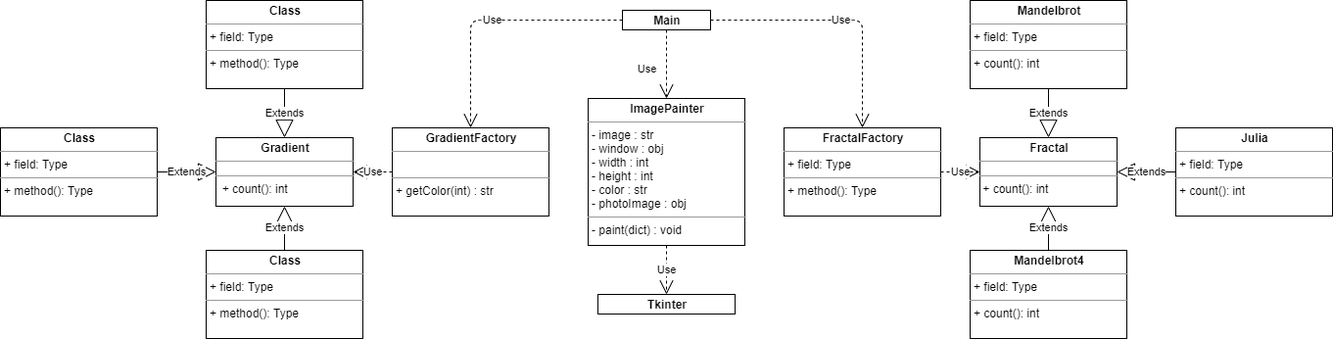
Above: doc/UML_Class_Diagram.png in alexanderthurston/fractal_generator (draw.io), before the change. Source tidied: cells renumbered, new cells last; positions are measured from the earlier drawing's top-left corner, leaving out a move shared by most shapes.
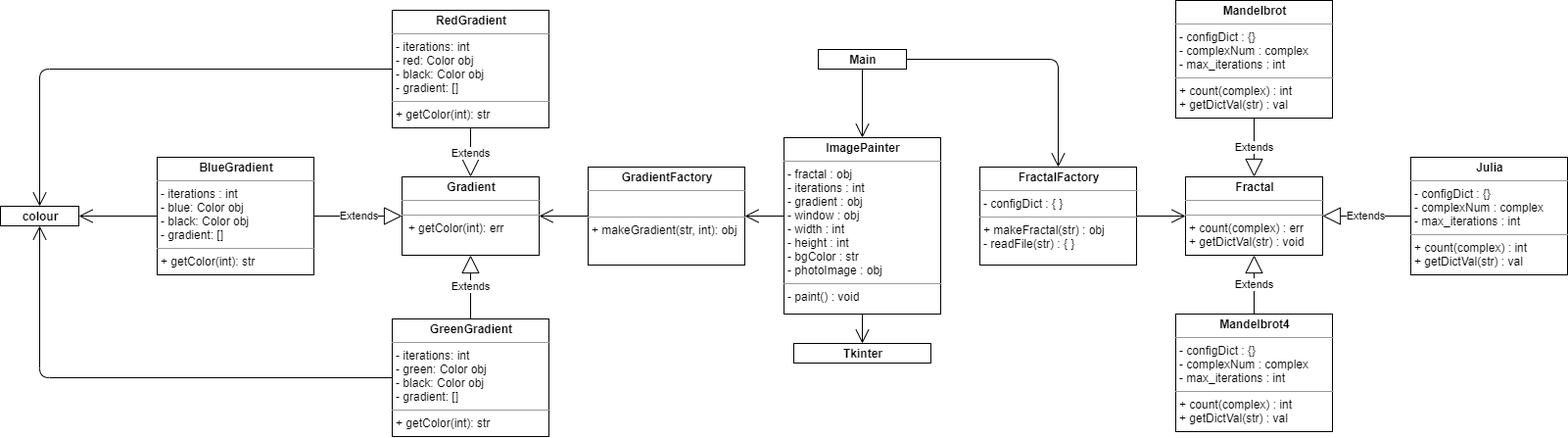
After the change.

The edit, as a diff of the source:
```diff
@@ -5,62 +5,42 @@
     <mxCell id="2" value="&lt;p style=&quot;margin: 0px ; margin-top: 4px ; text-align: center&quot;&gt;&lt;b&gt;Main&lt;/b&gt;&lt;/p&gt;" style="verticalAlign=top;align=left;overflow=fill;fontSize=12;fontFamily=Helvetica;html=1;" parent="1" vertex="1">
       <mxGeometry x="635" y="10" width="90" height="20" as="geometry" />
     </mxCell>
-    <mxCell id="3" value="&lt;p style=&quot;margin: 0px ; margin-top: 4px ; text-align: center&quot;&gt;&lt;b&gt;GradientFactory&lt;/b&gt;&lt;/p&gt;&lt;hr size=&quot;1&quot;&gt;&lt;p style=&quot;margin: 0px ; margin-left: 4px&quot;&gt;&lt;br&gt;&lt;/p&gt;&lt;hr size=&quot;1&quot;&gt;&lt;p style=&quot;margin: 0px ; margin-left: 4px&quot;&gt;+ getColor(int) : str&lt;/p&gt;" style="verticalAlign=top;align=left;overflow=fill;fontSize=12;fontFamily=Helvetica;html=1;" parent="1" vertex="1">
-      <mxGeometry x="400" y="130" width="160" height="90" as="geometry" />
+    <mxCell id="3" value="&lt;p style=&quot;margin: 0px ; margin-top: 4px ; text-align: center&quot;&gt;&lt;b&gt;GradientFactory&lt;/b&gt;&lt;/p&gt;&lt;hr size=&quot;1&quot;&gt;&lt;p style=&quot;margin: 0px ; margin-left: 4px&quot;&gt;&lt;br&gt;&lt;/p&gt;&lt;hr size=&quot;1&quot;&gt;&lt;p style=&quot;margin: 0px ; margin-left: 4px&quot;&gt;+ makeGradient(str, int): obj&lt;/p&gt;" style="verticalAlign=top;align=left;overflow=fill;fontSize=12;fontFamily=Helvetica;html=1;" parent="1" vertex="1">
+      <mxGeometry x="400" y="130" width="160" height="100" as="geometry" />
     </mxCell>
-    <mxCell id="4" value="&lt;p style=&quot;margin: 0px ; margin-top: 4px ; text-align: center&quot;&gt;&lt;b&gt;ImagePainter&lt;/b&gt;&lt;/p&gt;&lt;hr size=&quot;1&quot;&gt;&lt;p style=&quot;margin: 0px ; margin-left: 4px&quot;&gt;- image : str&lt;/p&gt;&lt;p style=&quot;margin: 0px ; margin-left: 4px&quot;&gt;- window : obj&lt;/p&gt;&lt;p style=&quot;margin: 0px ; margin-left: 4px&quot;&gt;- width : int&lt;/p&gt;&lt;p style=&quot;margin: 0px ; margin-left: 4px&quot;&gt;- height : int&lt;/p&gt;&lt;p style=&quot;margin: 0px ; margin-left: 4px&quot;&gt;- color : str&lt;/p&gt;&lt;p style=&quot;margin: 0px ; margin-left: 4px&quot;&gt;- photoImage : obj&lt;/p&gt;&lt;hr size=&quot;1&quot;&gt;&lt;p style=&quot;margin: 0px ; margin-left: 4px&quot;&gt;- paint(dict) : void&lt;/p&gt;" style="verticalAlign=top;align=left;overflow=fill;fontSize=12;fontFamily=Helvetica;html=1;" parent="1" vertex="1">
-      <mxGeometry x="600" y="100" width="160" height="150" as="geometry" />
+    <mxCell id="4" value="&lt;p style=&quot;margin: 0px ; margin-top: 4px ; text-align: center&quot;&gt;&lt;b&gt;ImagePainter&lt;/b&gt;&lt;/p&gt;&lt;hr size=&quot;1&quot;&gt;&lt;p style=&quot;margin: 0px ; margin-left: 4px&quot;&gt;- fractal : obj&lt;/p&gt;&lt;p style=&quot;margin: 0px ; margin-left: 4px&quot;&gt;- iterations : int&lt;/p&gt;&lt;p style=&quot;margin: 0px ; margin-left: 4px&quot;&gt;- gradient : obj&lt;/p&gt;&lt;p style=&quot;margin: 0px ; margin-left: 4px&quot;&gt;- window : obj&lt;/p&gt;&lt;p style=&quot;margin: 0px ; margin-left: 4px&quot;&gt;- width : int&lt;/p&gt;&lt;p style=&quot;margin: 0px ; margin-left: 4px&quot;&gt;- height : int&lt;/p&gt;&lt;p style=&quot;margin: 0px ; margin-left: 4px&quot;&gt;- bgColor : str&lt;/p&gt;&lt;p style=&quot;margin: 0px ; margin-left: 4px&quot;&gt;- photoImage : obj&lt;/p&gt;&lt;hr size=&quot;1&quot;&gt;&lt;p style=&quot;margin: 0px ; margin-left: 4px&quot;&gt;- paint() : void&lt;/p&gt;" style="verticalAlign=top;align=left;overflow=fill;fontSize=12;fontFamily=Helvetica;html=1;" parent="1" vertex="1">
+      <mxGeometry x="600" y="100" width="160" height="180" as="geometry" />
     </mxCell>
-    <mxCell id="5" value="Use" style="endArrow=open;endSize=12;dashed=1;html=1;exitX=0.5;exitY=1;exitDx=0;exitDy=0;entryX=0.5;entryY=0;entryDx=0;entryDy=0;" parent="1" edge="1" source="2" target="4">
-      <mxGeometry x="0.14" y="-20" relative="1" as="geometry" />
-    </mxCell>
     <mxCell id="6" value="&lt;p style=&quot;margin: 0px ; margin-top: 4px ; text-align: center&quot;&gt;&lt;b&gt;Tkinter&lt;/b&gt;&lt;/p&gt;" style="verticalAlign=top;align=left;overflow=fill;fontSize=12;fontFamily=Helvetica;html=1;" parent="1" vertex="1">
-      <mxGeometry x="610" y="300" width="140" height="20" as="geometry" />
+      <mxGeometry x="610" y="310" width="140" height="20" as="geometry" />
     </mxCell>
-    <mxCell id="7" value="&lt;p style=&quot;margin: 0px ; margin-top: 4px ; text-align: center&quot;&gt;&lt;b&gt;FractalFactory&lt;/b&gt;&lt;/p&gt;&lt;hr size=&quot;1&quot;&gt;&lt;p style=&quot;margin: 0px ; margin-left: 4px&quot;&gt;+ field: Type&lt;/p&gt;&lt;hr size=&quot;1&quot;&gt;&lt;p style=&quot;margin: 0px ; margin-left: 4px&quot;&gt;+ method(): Type&lt;/p&gt;" style="verticalAlign=top;align=left;overflow=fill;fontSize=12;fontFamily=Helvetica;html=1;" parent="1" vertex="1">
-      <mxGeometry x="800" y="130" width="160" height="90" as="geometry" />
+    <mxCell id="7" value="&lt;p style=&quot;margin: 0px ; margin-top: 4px ; text-align: center&quot;&gt;&lt;b&gt;FractalFactory&lt;/b&gt;&lt;/p&gt;&lt;hr size=&quot;1&quot;&gt;&lt;p style=&quot;margin: 0px ; margin-left: 4px&quot;&gt;- configDict : { }&lt;/p&gt;&lt;hr size=&quot;1&quot;&gt;&lt;p style=&quot;margin: 0px ; margin-left: 4px&quot;&gt;+ makeFractal(str) : obj&lt;/p&gt;&lt;p style=&quot;margin: 0px ; margin-left: 4px&quot;&gt;- readFile(str) : { }&lt;/p&gt;&lt;p style=&quot;margin: 0px ; margin-left: 4px&quot;&gt;&lt;br&gt;&lt;/p&gt;" style="verticalAlign=top;align=left;overflow=fill;fontSize=12;fontFamily=Helvetica;html=1;" parent="1" vertex="1">
+      <mxGeometry x="800" y="130" width="160" height="100" as="geometry" />
     </mxCell>
-    <mxCell id="8" value="&lt;p style=&quot;margin: 0px ; margin-top: 4px ; text-align: center&quot;&gt;&lt;b&gt;Mandelbrot&lt;/b&gt;&lt;/p&gt;&lt;hr size=&quot;1&quot;&gt;&lt;p style=&quot;margin: 0px ; margin-left: 4px&quot;&gt;+ field: Type&lt;/p&gt;&lt;hr size=&quot;1&quot;&gt;&lt;p style=&quot;margin: 0px ; margin-left: 4px&quot;&gt;+ count(): int&lt;/p&gt;" style="verticalAlign=top;align=left;overflow=fill;fontSize=12;fontFamily=Helvetica;html=1;" parent="1" vertex="1">
-      <mxGeometry x="990" width="160" height="90" as="geometry" />
+    <mxCell id="8" value="&lt;p style=&quot;margin: 0px ; margin-top: 4px ; text-align: center&quot;&gt;&lt;b&gt;Mandelbrot&lt;/b&gt;&lt;/p&gt;&lt;hr size=&quot;1&quot;&gt;&lt;p style=&quot;margin: 0px ; margin-left: 4px&quot;&gt;- configDict : {}&lt;/p&gt;&lt;p style=&quot;margin: 0px ; margin-left: 4px&quot;&gt;- complexNum : complex&lt;/p&gt;&lt;p style=&quot;margin: 0px ; margin-left: 4px&quot;&gt;- max_iterations : int&lt;/p&gt;&lt;hr size=&quot;1&quot;&gt;&lt;p style=&quot;margin: 0px ; margin-left: 4px&quot;&gt;+ count(complex) : int&lt;/p&gt;&lt;p style=&quot;margin: 0px ; margin-left: 4px&quot;&gt;+ getDictVal(str) : val&lt;/p&gt;" style="verticalAlign=top;align=left;overflow=fill;fontSize=12;fontFamily=Helvetica;html=1;" parent="1" vertex="1">
+      <mxGeometry x="1000" y="-40" width="160" height="120" as="geometry" />
     </mxCell>
-    <mxCell id="9" value="&lt;p style=&quot;margin: 0px ; margin-top: 4px ; text-align: center&quot;&gt;&lt;b&gt;Julia&lt;/b&gt;&lt;/p&gt;&lt;hr size=&quot;1&quot;&gt;&lt;p style=&quot;margin: 0px ; margin-left: 4px&quot;&gt;+ field: Type&lt;/p&gt;&lt;hr size=&quot;1&quot;&gt;&lt;p style=&quot;margin: 0px ; margin-left: 4px&quot;&gt;+ count(): int&lt;/p&gt;" style="verticalAlign=top;align=left;overflow=fill;fontSize=12;fontFamily=Helvetica;html=1;" parent="1" vertex="1">
-      <mxGeometry x="1200" y="130" width="160" height="90" as="geometry" />
+    <mxCell id="9" value="&lt;p style=&quot;margin: 0px ; margin-top: 4px ; text-align: center&quot;&gt;&lt;b&gt;Julia&lt;/b&gt;&lt;/p&gt;&lt;hr size=&quot;1&quot;&gt;&lt;p style=&quot;margin: 0px 0px 0px 4px&quot;&gt;- configDict : {}&lt;/p&gt;&lt;p style=&quot;margin: 0px 0px 0px 4px&quot;&gt;- complexNum : complex&lt;/p&gt;&lt;p style=&quot;margin: 0px 0px 0px 4px&quot;&gt;- max_iterations : int&lt;/p&gt;&lt;hr size=&quot;1&quot;&gt;&lt;p style=&quot;margin: 0px 0px 0px 4px&quot;&gt;+ count(complex) : int&lt;/p&gt;&lt;p style=&quot;margin: 0px 0px 0px 4px&quot;&gt;+ getDictVal(str) : val&lt;/p&gt;" style="verticalAlign=top;align=left;overflow=fill;fontSize=12;fontFamily=Helvetica;html=1;" parent="1" vertex="1">
+      <mxGeometry x="1240" y="120" width="160" height="120" as="geometry" />
     </mxCell>
-    <mxCell id="10" value="&lt;p style=&quot;margin: 0px ; margin-top: 4px ; text-align: center&quot;&gt;&lt;b&gt;Mandelbrot4&lt;/b&gt;&lt;/p&gt;&lt;hr size=&quot;1&quot;&gt;&lt;p style=&quot;margin: 0px ; margin-left: 4px&quot;&gt;+ field: Type&lt;/p&gt;&lt;hr size=&quot;1&quot;&gt;&lt;p style=&quot;margin: 0px ; margin-left: 4px&quot;&gt;+ count(): int&lt;/p&gt;" style="verticalAlign=top;align=left;overflow=fill;fontSize=12;fontFamily=Helvetica;html=1;" parent="1" vertex="1">
-      <mxGeometry x="990" y="255" width="160" height="90" as="geometry" />
+    <mxCell id="10" value="&lt;p style=&quot;margin: 0px ; margin-top: 4px ; text-align: center&quot;&gt;&lt;b&gt;Mandelbrot4&lt;/b&gt;&lt;/p&gt;&lt;hr size=&quot;1&quot;&gt;&lt;p style=&quot;margin: 0px 0px 0px 4px&quot;&gt;- configDict : {}&lt;/p&gt;&lt;p style=&quot;margin: 0px 0px 0px 4px&quot;&gt;- complexNum : complex&lt;/p&gt;&lt;p style=&quot;margin: 0px 0px 0px 4px&quot;&gt;- max_iterations : int&lt;/p&gt;&lt;hr size=&quot;1&quot;&gt;&lt;p style=&quot;margin: 0px ; margin-left: 4px&quot;&gt;+ &lt;span&gt;count(complex) : int&lt;/span&gt;&lt;/p&gt;&lt;p style=&quot;margin: 0px 0px 0px 4px&quot;&gt;+ getDictVal(str) : val&lt;/p&gt;" style="verticalAlign=top;align=left;overflow=fill;fontSize=12;fontFamily=Helvetica;html=1;" parent="1" vertex="1">
+      <mxGeometry x="1000" y="280" width="160" height="120" as="geometry" />
     </mxCell>
-    <mxCell id="11" value="&lt;p style=&quot;margin: 0px ; margin-top: 4px ; text-align: center&quot;&gt;&lt;b&gt;Fractal&lt;/b&gt;&lt;/p&gt;&lt;hr size=&quot;1&quot;&gt;&lt;div style=&quot;height: 2px&quot;&gt;&lt;/div&gt;&lt;hr size=&quot;1&quot;&gt;&lt;div style=&quot;height: 2px&quot;&gt;&amp;nbsp;+ count(): int&lt;/div&gt;" style="verticalAlign=top;align=left;overflow=fill;fontSize=12;fontFamily=Helvetica;html=1;" parent="1" vertex="1">
-      <mxGeometry x="1000" y="140" width="140" height="70" as="geometry" />
+    <mxCell id="11" value="&lt;p style=&quot;margin: 0px ; margin-top: 4px ; text-align: center&quot;&gt;&lt;b&gt;Fractal&lt;/b&gt;&lt;/p&gt;&lt;hr size=&quot;1&quot;&gt;&lt;div style=&quot;height: 2px&quot;&gt;&lt;/div&gt;&lt;hr size=&quot;1&quot;&gt;&lt;div style=&quot;height: 2px&quot;&gt;&lt;p style=&quot;margin: 0px 0px 0px 4px&quot;&gt;+ count(complex) : err&lt;/p&gt;&lt;p style=&quot;margin: 0px 0px 0px 4px&quot;&gt;+ getDictVal(str) : void&lt;/p&gt;&lt;/div&gt;" style="verticalAlign=top;align=left;overflow=fill;fontSize=12;fontFamily=Helvetica;html=1;" parent="1" vertex="1">
+      <mxGeometry x="1010" y="140" width="140" height="80" as="geometry" />
     </mxCell>
-    <mxCell id="12" value="&lt;p style=&quot;margin: 0px ; margin-top: 4px ; text-align: center&quot;&gt;&lt;b&gt;Gradient&lt;/b&gt;&lt;/p&gt;&lt;hr size=&quot;1&quot;&gt;&lt;div style=&quot;height: 2px&quot;&gt;&lt;/div&gt;&lt;hr size=&quot;1&quot;&gt;&lt;div style=&quot;height: 2px&quot;&gt;&amp;nbsp; + count(): int&lt;/div&gt;" style="verticalAlign=top;align=left;overflow=fill;fontSize=12;fontFamily=Helvetica;html=1;" parent="1" vertex="1">
-      <mxGeometry x="220" y="140" width="140" height="70" as="geometry" />
+    <mxCell id="12" value="&lt;p style=&quot;margin: 0px ; margin-top: 4px ; text-align: center&quot;&gt;&lt;b&gt;Gradient&lt;/b&gt;&lt;/p&gt;&lt;hr size=&quot;1&quot;&gt;&lt;div style=&quot;height: 2px&quot;&gt;&lt;/div&gt;&lt;hr size=&quot;1&quot;&gt;&lt;div style=&quot;height: 2px&quot;&gt;&amp;nbsp; + getColor(int): err&lt;/div&gt;" style="verticalAlign=top;align=left;overflow=fill;fontSize=12;fontFamily=Helvetica;html=1;" parent="1" vertex="1">
+      <mxGeometry x="210" y="140" width="140" height="80" as="geometry" />
     </mxCell>
-    <mxCell id="13" value="&lt;p style=&quot;margin:0px;margin-top:4px;text-align:center;&quot;&gt;&lt;b&gt;Class&lt;/b&gt;&lt;/p&gt;&lt;hr size=&quot;1&quot;/&gt;&lt;p style=&quot;margin:0px;margin-left:4px;&quot;&gt;+ field: Type&lt;/p&gt;&lt;hr size=&quot;1&quot;/&gt;&lt;p style=&quot;margin:0px;margin-left:4px;&quot;&gt;+ method(): Type&lt;/p&gt;" style="verticalAlign=top;align=left;overflow=fill;fontSize=12;fontFamily=Helvetica;html=1;" parent="1" vertex="1">
-      <mxGeometry y="130" width="160" height="90" as="geometry" />
+    <mxCell id="13" value="&lt;p style=&quot;margin: 0px ; margin-top: 4px ; text-align: center&quot;&gt;&lt;b&gt;BlueGradient&lt;/b&gt;&lt;/p&gt;&lt;hr size=&quot;1&quot;&gt;&lt;p style=&quot;margin: 0px ; margin-left: 4px&quot;&gt;- iterations : int&lt;/p&gt;&lt;p style=&quot;margin: 0px ; margin-left: 4px&quot;&gt;- blue: Color obj&lt;/p&gt;&lt;p style=&quot;margin: 0px ; margin-left: 4px&quot;&gt;- black: Color obj&lt;/p&gt;&lt;p style=&quot;margin: 0px ; margin-left: 4px&quot;&gt;- gradient: []&lt;/p&gt;&lt;hr size=&quot;1&quot;&gt;&lt;p style=&quot;margin: 0px ; margin-left: 4px&quot;&gt;+ getColor(int): str&lt;/p&gt;" style="verticalAlign=top;align=left;overflow=fill;fontSize=12;fontFamily=Helvetica;html=1;" parent="1" vertex="1">
+      <mxGeometry x="-40" y="120" width="160" height="120" as="geometry" />
     </mxCell>
-    <mxCell id="14" value="&lt;p style=&quot;margin:0px;margin-top:4px;text-align:center;&quot;&gt;&lt;b&gt;Class&lt;/b&gt;&lt;/p&gt;&lt;hr size=&quot;1&quot;/&gt;&lt;p style=&quot;margin:0px;margin-left:4px;&quot;&gt;+ field: Type&lt;/p&gt;&lt;hr size=&quot;1&quot;/&gt;&lt;p style=&quot;margin:0px;margin-left:4px;&quot;&gt;+ method(): Type&lt;/p&gt;" style="verticalAlign=top;align=left;overflow=fill;fontSize=12;fontFamily=Helvetica;html=1;" parent="1" vertex="1">
-      <mxGeometry x="210" width="160" height="90" as="geometry" />
+    <mxCell id="14" value="&lt;p style=&quot;margin: 0px ; margin-top: 4px ; text-align: center&quot;&gt;&lt;b&gt;RedGradient&lt;/b&gt;&lt;/p&gt;&lt;hr size=&quot;1&quot;&gt;&lt;p style=&quot;margin: 0px ; margin-left: 4px&quot;&gt;- iterations: int&lt;/p&gt;&lt;p style=&quot;margin: 0px ; margin-left: 4px&quot;&gt;- red: Color obj&lt;/p&gt;&lt;p style=&quot;margin: 0px ; margin-left: 4px&quot;&gt;- black: Color obj&lt;/p&gt;&lt;p style=&quot;margin: 0px ; margin-left: 4px&quot;&gt;- gradient: []&lt;/p&gt;&lt;hr size=&quot;1&quot;&gt;&lt;p style=&quot;margin: 0px ; margin-left: 4px&quot;&gt;+ getColor(int): str&lt;/p&gt;" style="verticalAlign=top;align=left;overflow=fill;fontSize=12;fontFamily=Helvetica;html=1;" parent="1" vertex="1">
+      <mxGeometry x="200" y="-30" width="160" height="120" as="geometry" />
     </mxCell>
-    <mxCell id="15" value="&lt;p style=&quot;margin:0px;margin-top:4px;text-align:center;&quot;&gt;&lt;b&gt;Class&lt;/b&gt;&lt;/p&gt;&lt;hr size=&quot;1&quot;/&gt;&lt;p style=&quot;margin:0px;margin-left:4px;&quot;&gt;+ field: Type&lt;/p&gt;&lt;hr size=&quot;1&quot;/&gt;&lt;p style=&quot;margin:0px;margin-left:4px;&quot;&gt;+ method(): Type&lt;/p&gt;" style="verticalAlign=top;align=left;overflow=fill;fontSize=12;fontFamily=Helvetica;html=1;" parent="1" vertex="1">
-      <mxGeometry x="210" y="255" width="160" height="90" as="geometry" />
+    <mxCell id="15" value="&lt;p style=&quot;margin: 0px ; margin-top: 4px ; text-align: center&quot;&gt;&lt;b&gt;GreenGradient&lt;/b&gt;&lt;/p&gt;&lt;hr size=&quot;1&quot;&gt;&lt;p style=&quot;margin: 0px ; margin-left: 4px&quot;&gt;- iterations: int&lt;/p&gt;&lt;p style=&quot;margin: 0px ; margin-left: 4px&quot;&gt;- green: Color obj&lt;/p&gt;&lt;p style=&quot;margin: 0px ; margin-left: 4px&quot;&gt;- black: Color obj&lt;/p&gt;&lt;p style=&quot;margin: 0px ; margin-left: 4px&quot;&gt;- gradient: []&lt;/p&gt;&lt;hr size=&quot;1&quot;&gt;&lt;p style=&quot;margin: 0px ; margin-left: 4px&quot;&gt;+ getColor(int): str&lt;/p&gt;" style="verticalAlign=top;align=left;overflow=fill;fontSize=12;fontFamily=Helvetica;html=1;" parent="1" vertex="1">
+      <mxGeometry x="200" y="285" width="160" height="120" as="geometry" />
     </mxCell>
-    <mxCell id="16" value="Use" style="endArrow=open;endSize=12;dashed=1;html=1;exitX=1;exitY=0.5;exitDx=0;exitDy=0;entryX=0.5;entryY=0;entryDx=0;entryDy=0;" parent="1" edge="1" source="2" target="7">
-      <mxGeometry relative="1" as="geometry">
-        <Array as="points">
-          <mxPoint x="880" y="20" />
-        </Array>
-      </mxGeometry>
-    </mxCell>
-    <mxCell id="17" value="Use" style="endArrow=open;endSize=12;dashed=1;html=1;exitX=0;exitY=0.5;exitDx=0;exitDy=0;entryX=0.5;entryY=0;entryDx=0;entryDy=0;" parent="1" edge="1" source="2" target="3">
-      <mxGeometry relative="1" as="geometry">
-        <Array as="points">
-          <mxPoint x="480" y="20" />
-        </Array>
-      </mxGeometry>
-    </mxCell>
-    <mxCell id="18" value="Use" style="endArrow=open;endSize=12;dashed=1;html=1;exitX=1;exitY=0.5;exitDx=0;exitDy=0;entryX=0;entryY=0.5;entryDx=0;entryDy=0;" parent="1" edge="1" source="7" target="11">
-      <mxGeometry relative="1" as="geometry" />
-    </mxCell>
     <mxCell id="19" value="Extends" style="endArrow=block;endSize=16;endFill=0;html=1;exitX=0.5;exitY=0;exitDx=0;exitDy=0;entryX=0.5;entryY=1;entryDx=0;entryDy=0;" parent="1" edge="1" source="10" target="11">
       <mxGeometry relative="1" as="geometry" />
     </mxCell>
@@ -70,9 +50,6 @@
     <mxCell id="21" value="Extends" style="endArrow=block;endSize=16;endFill=0;html=1;exitX=0.5;exitY=1;exitDx=0;exitDy=0;entryX=0.5;entryY=0;entryDx=0;entryDy=0;" parent="1" edge="1" source="8" target="11">
       <mxGeometry relative="1" as="geometry" />
     </mxCell>
-    <mxCell id="22" value="Use" style="endArrow=open;endSize=12;dashed=1;html=1;exitX=0;exitY=0.5;exitDx=0;exitDy=0;entryX=1;entryY=0.5;entryDx=0;entryDy=0;" parent="1" edge="1" source="3" target="12">
-      <mxGeometry relative="1" as="geometry" />
-    </mxCell>
     <mxCell id="23" value="Extends" style="endArrow=block;endSize=16;endFill=0;html=1;exitX=0.5;exitY=0;exitDx=0;exitDy=0;entryX=0.5;entryY=1;entryDx=0;entryDy=0;" parent="1" edge="1" source="15" target="12">
       <mxGeometry relative="1" as="geometry" />
     </mxCell>
@@ -82,8 +59,49 @@
     <mxCell id="25" value="Extends" style="endArrow=block;endSize=16;endFill=0;html=1;exitX=1;exitY=0.5;exitDx=0;exitDy=0;entryX=0;entryY=0.5;entryDx=0;entryDy=0;" parent="1" edge="1" source="13" target="12">
       <mxGeometry relative="1" as="geometry" />
     </mxCell>
+    <mxCell id="27" style="endArrow=open;endFill=1;endSize=12;html=1;entryX=1;entryY=0.5;entryDx=0;entryDy=0;" parent="1" edge="1" target="3">
+      <mxGeometry relative="1" as="geometry">
+        <mxPoint x="600" y="180" as="sourcePoint" />
+      </mxGeometry>
+    </mxCell>
+    <mxCell id="5" style="endArrow=open;endFill=1;endSize=12;html=1;exitX=0.5;exitY=1;exitDx=0;exitDy=0;entryX=0.5;entryY=0;entryDx=0;entryDy=0;" parent="1" edge="1" source="2" target="4">
+      <mxGeometry relative="1" as="geometry" />
+    </mxCell>
-    <mxCell id="26" value="Use" style="endArrow=open;endSize=12;dashed=1;html=1;exitX=0.5;exitY=1;exitDx=0;exitDy=0;entryX=0.5;entryY=0;entryDx=0;entryDy=0;" parent="1" edge="1" source="4" target="6">
+    <mxCell id="26" style="endArrow=open;endFill=1;endSize=12;html=1;exitX=0.5;exitY=1;exitDx=0;exitDy=0;entryX=0.5;entryY=0;entryDx=0;entryDy=0;" parent="1" edge="1" source="4" target="6">
       <mxGeometry relative="1" as="geometry" />
     </mxCell>
+    <mxCell id="16" style="endArrow=open;endFill=1;endSize=12;html=1;exitX=1;exitY=0.5;exitDx=0;exitDy=0;entryX=0.5;entryY=0;entryDx=0;entryDy=0;" parent="1" edge="1" source="2" target="7">
+      <mxGeometry relative="1" as="geometry">
+        <Array as="points">
+          <mxPoint x="880" y="20" />
+        </Array>
+      </mxGeometry>
+    </mxCell>
+    <mxCell id="18" style="endArrow=open;endFill=1;endSize=12;html=1;exitX=1;exitY=0.5;exitDx=0;exitDy=0;entryX=0;entryY=0.5;entryDx=0;entryDy=0;" parent="1" edge="1" source="7" target="11">
+      <mxGeometry relative="1" as="geometry" />
+    </mxCell>
+    <mxCell id="22" style="endArrow=open;endFill=1;endSize=12;html=1;exitX=0;exitY=0.5;exitDx=0;exitDy=0;entryX=1;entryY=0.5;entryDx=0;entryDy=0;" parent="1" edge="1" source="3" target="12">
+      <mxGeometry relative="1" as="geometry" />
+    </mxCell>
+    <mxCell id="28" value="&lt;p style=&quot;margin: 0px ; margin-top: 4px ; text-align: center&quot;&gt;&lt;b&gt;colour&lt;/b&gt;&lt;/p&gt;" style="verticalAlign=top;align=left;overflow=fill;fontSize=12;fontFamily=Helvetica;html=1;" parent="1" vertex="1">
+      <mxGeometry x="-200" y="170" width="80" height="20" as="geometry" />
+    </mxCell>
+    <mxCell id="29" style="endArrow=open;endFill=1;endSize=12;html=1;exitX=0;exitY=0.5;exitDx=0;exitDy=0;entryX=1;entryY=0.5;entryDx=0;entryDy=0;" parent="1" edge="1" source="13" target="28">
+      <mxGeometry relative="1" as="geometry" />
+    </mxCell>
+    <mxCell id="30" style="endArrow=open;endFill=1;endSize=12;html=1;exitX=0;exitY=0.5;exitDx=0;exitDy=0;entryX=0.5;entryY=0;entryDx=0;entryDy=0;" parent="1" edge="1" source="14" target="28">
+      <mxGeometry relative="1" as="geometry">
+        <Array as="points">
+          <mxPoint x="-160" y="30" />
+        </Array>
+      </mxGeometry>
+    </mxCell>
+    <mxCell id="31" style="endArrow=open;endFill=1;endSize=12;html=1;exitX=0;exitY=0.5;exitDx=0;exitDy=0;entryX=0.5;entryY=1;entryDx=0;entryDy=0;" parent="1" edge="1" source="15" target="28">
+      <mxGeometry relative="1" as="geometry">
+        <Array as="points">
+          <mxPoint x="-160" y="345" />
+        </Array>
+      </mxGeometry>
+    </mxCell>
   </root>
 </mxGraphModel>
```
